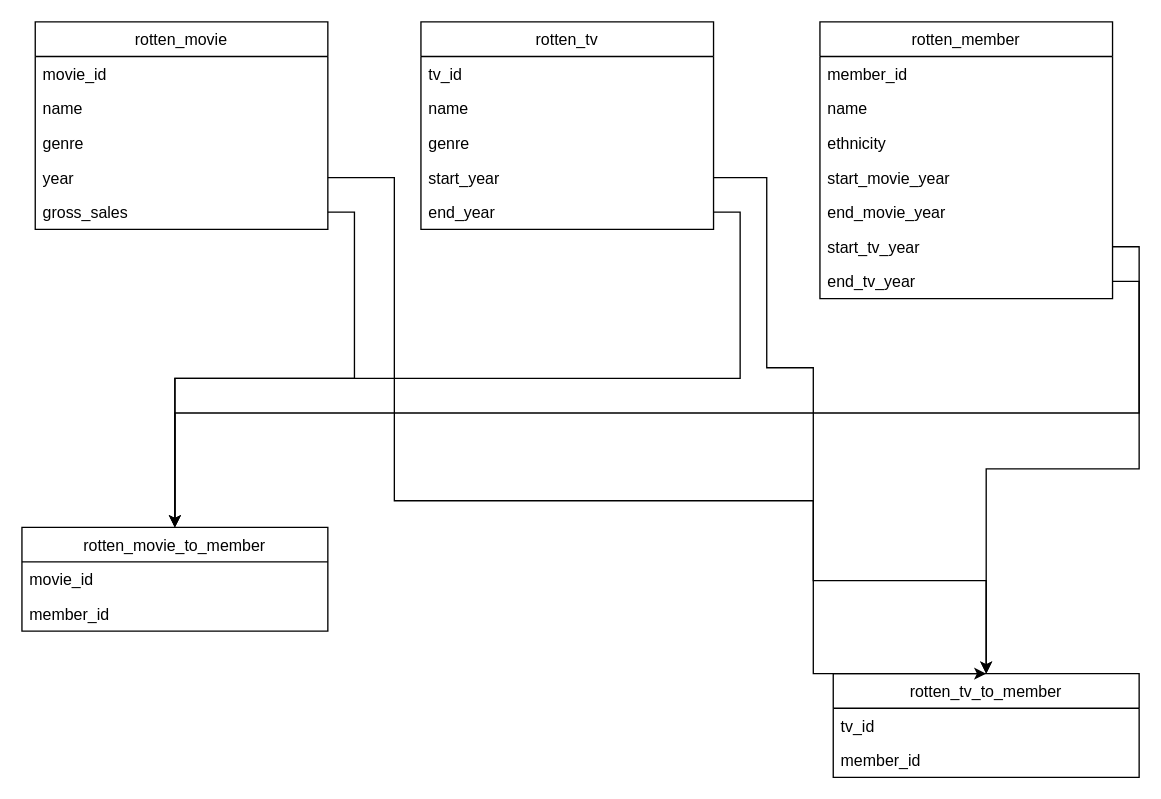
The draw.io diagram design/rotten_scrapper_design.drawio in ctjong27/scrotten_movies, before the edit. Source tidied: cells renumbered, new cells numbered last; positions are measured from the earlier drawing's top-left corner, leaving out a move shared by most shapes. Both pictures are drawn from the tidied source at 133%, with x=0, y=0 at pixel (21, 21).
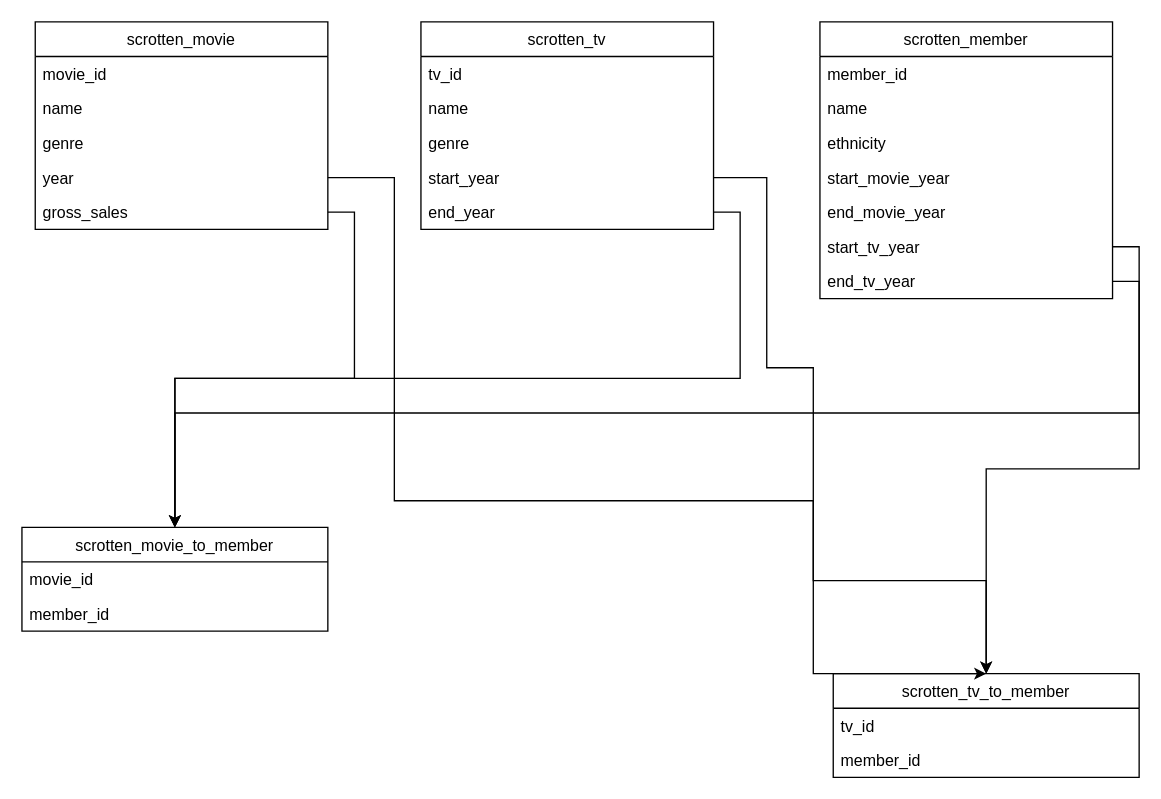
Above is the later version.

Commit message (it also covers changes not shown here):
Scrotten Movie Model updated,

What changed in the source:
```diff
@@
-    <mxCell id="2" value="rotten_movie" style="swimlane;fontStyle=0;horizontal=1;startSize=26;" parent="1" vertex="1">
+    <mxCell id="2" value="scrotten_movie" style="swimlane;fontStyle=0;horizontal=1;startSize=26;" parent="1" vertex="1">
       <mxGeometry x="10" width="220" height="156" as="geometry" />
     </mxCell>
@@
-    <mxCell id="8" value="rotten_member" style="swimlane;fontStyle=0;horizontal=1;startSize=26;" parent="1" vertex="1">
+    <mxCell id="8" value="scrotten_member" style="swimlane;fontStyle=0;horizontal=1;startSize=26;" parent="1" vertex="1">
       <mxGeometry x="600" width="220" height="208" as="geometry" />
     </mxCell>
@@
-    <mxCell id="16" value="rotten_tv" style="swimlane;fontStyle=0;horizontal=1;startSize=26;" parent="1" vertex="1">
+    <mxCell id="16" value="scrotten_tv" style="swimlane;fontStyle=0;horizontal=1;startSize=26;" parent="1" vertex="1">
       <mxGeometry x="300" width="220" height="156" as="geometry" />
     </mxCell>
@@
-    <mxCell id="22" value="rotten_movie_to_member" style="swimlane;fontStyle=0;horizontal=1;startSize=26;fillColor=none;" parent="1" vertex="1">
+    <mxCell id="22" value="scrotten_movie_to_member" style="swimlane;fontStyle=0;horizontal=1;startSize=26;fillColor=none;" parent="1" vertex="1">
       <mxGeometry y="380" width="230" height="78" as="geometry" />
     </mxCell>
@@
-    <mxCell id="25" value="rotten_tv_to_member" style="swimlane;fontStyle=0;horizontal=1;startSize=26;fillColor=none;" parent="1" vertex="1">
+    <mxCell id="25" value="scrotten_tv_to_member" style="swimlane;fontStyle=0;horizontal=1;startSize=26;fillColor=none;" parent="1" vertex="1">
       <mxGeometry x="610" y="490" width="230" height="78" as="geometry" />
     </mxCell>
```
